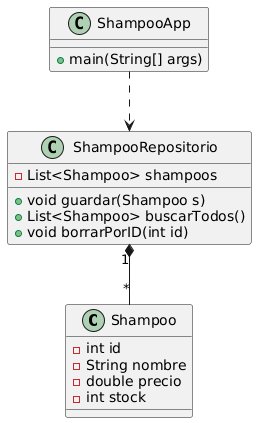
Above: UML.png in EvelinaCaparros/eCommerce_Ejercicio (PlantUML), before the change.
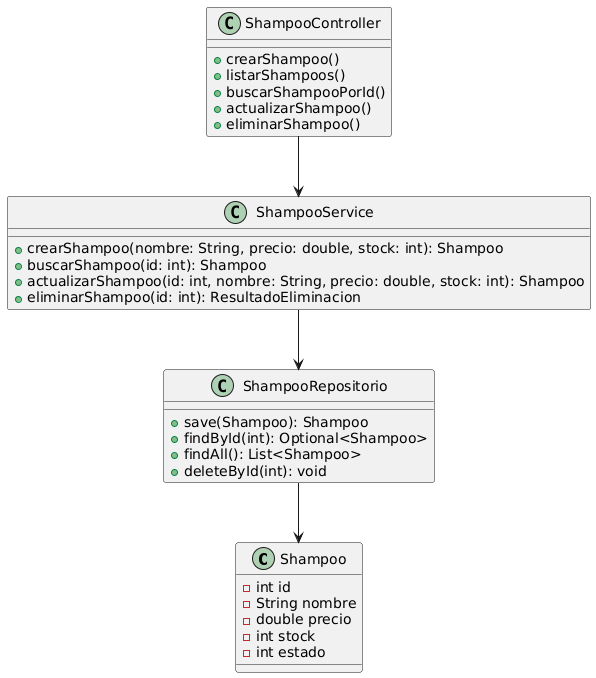
The same file after the commit.

Diff of the diagram source:
```diff
@@ -1,22 +1,36 @@
 @startuml
 class Shampoo {
-- int id
-- String nombre
-- double precio
-- int stock
-  }
+  - int id
+  - String nombre
+  - double precio
+  - int stock
+  - int estado
+}
 
 class ShampooRepositorio {
-- List<Shampoo> shampoos
-+ void guardar(Shampoo s)
-+ List<Shampoo> buscarTodos()
-+ void borrarPorID(int id)
-  }
+  + save(Shampoo): Shampoo
+  + findById(int): Optional<Shampoo>
+  + findAll(): List<Shampoo>
+  + deleteById(int): void
+}
 
-class ShampooApp {
-+ main(String[] args)
-  }
+class ShampooService {
+  + crearShampoo(nombre: String, precio: double, stock: int): Shampoo
+  + buscarShampoo(id: int): Shampoo
+  + actualizarShampoo(id: int, nombre: String, precio: double, stock: int): Shampoo
+  + eliminarShampoo(id: int): ResultadoEliminacion
+}
 
-ShampooRepositorio "1" *-- "*" Shampoo
-ShampooApp ..> ShampooRepositorio
+class ShampooController {
+  + crearShampoo()
+  + listarShampoos()
+  + buscarShampooPorId()
+  + actualizarShampoo()
+  + eliminarShampoo()
+}
+
+
+ShampooController --> ShampooService
+ShampooService --> ShampooRepositorio
+ShampooRepositorio --> Shampoo
 @enduml
```
